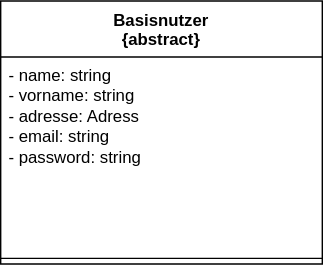
Before: documentation/diagrams/class-diagram.svg, a diagram exported from draw.io (BenjaminBrxun/sonar). Source tidied: cells renumbered, new cells last; positions are measured from the earlier drawing's top-left corner, leaving out a move shared by most shapes. Source of this version:
```xml
<mxGraphModel>
  <root>
    <mxCell id="0" />
    <mxCell id="1" parent="0" />
    <mxCell id="2" value="Basisnutzer&lt;br&gt;{abstract}" style="swimlane;fontStyle=1;align=center;verticalAlign=top;horizontal=1;startSize=40;whiteSpace=wrap;html=1;" parent="1" vertex="1">
      <mxGeometry width="230" height="188" as="geometry" />
    </mxCell>
    <mxCell id="3" value="- name: string&lt;br&gt;- vorname: string&lt;br&gt;- adresse: Adress&lt;br&gt;- email: string&lt;br&gt;- password: string" style="text;strokeColor=none;fillColor=none;align=left;verticalAlign=top;spacingLeft=4;spacingRight=4;overflow=hidden;points=[[0,0.5],[1,0.5]];portConstraint=eastwest;whiteSpace=wrap;html=1;" parent="2" vertex="1">
      <mxGeometry y="40" width="230" height="140" as="geometry" />
    </mxCell>
    <mxCell id="4" style="line;strokeWidth=1;fillColor=none;align=left;verticalAlign=middle;spacingTop=-1;spacingLeft=3;spacingRight=3;labelPosition=right;strokeColor=inherit;" parent="2" vertex="1">
      <mxGeometry y="180" width="230" height="8" as="geometry" />
    </mxCell>
  </root>
</mxGraphModel>
```
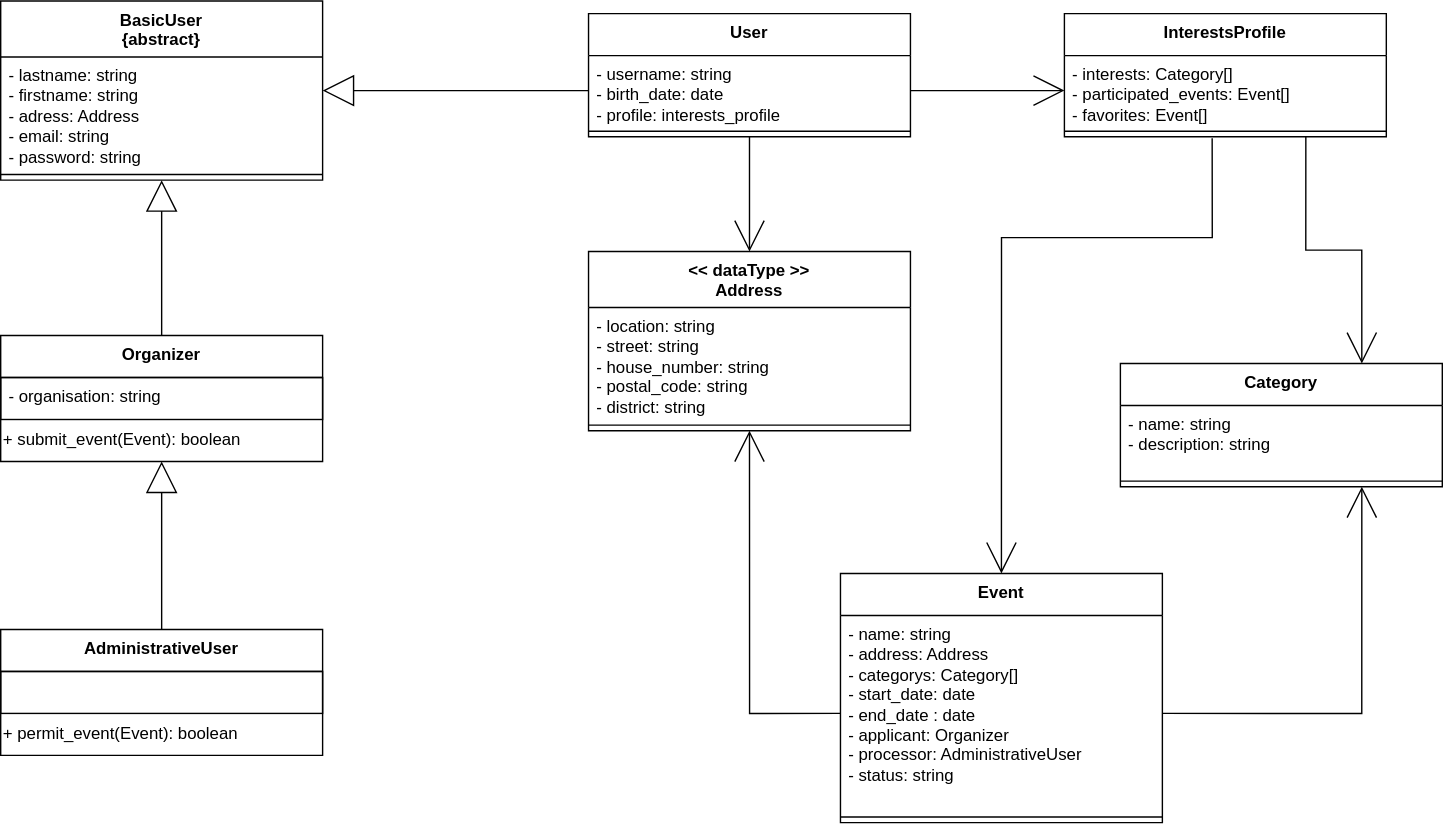
The same file after the commit.

Commit message:
Update class diagram

The edit, as a diff of the source:
```diff
@@ -2,14 +2,111 @@
   <root>
     <mxCell id="0" />
     <mxCell id="1" parent="0" />
-    <mxCell id="2" value="Basisnutzer&lt;br&gt;{abstract}" style="swimlane;fontStyle=1;align=center;verticalAlign=top;horizontal=1;startSize=40;whiteSpace=wrap;html=1;" parent="1" vertex="1">
-      <mxGeometry width="230" height="188" as="geometry" />
+    <mxCell id="2" value="User" style="swimlane;fontStyle=1;align=center;verticalAlign=top;horizontal=1;startSize=30;whiteSpace=wrap;html=1;" parent="1" vertex="1">
+      <mxGeometry width="230" height="88" as="geometry" />
     </mxCell>
-    <mxCell id="3" value="- name: string&lt;br&gt;- vorname: string&lt;br&gt;- adresse: Adress&lt;br&gt;- email: string&lt;br&gt;- password: string" style="text;strokeColor=none;fillColor=none;align=left;verticalAlign=top;spacingLeft=4;spacingRight=4;overflow=hidden;points=[[0,0.5],[1,0.5]];portConstraint=eastwest;whiteSpace=wrap;html=1;" parent="2" vertex="1">
-      <mxGeometry y="40" width="230" height="140" as="geometry" />
+    <mxCell id="3" value="- username: string&lt;br&gt;- birth_date: date&lt;br&gt;- profile: interests_profile" style="text;strokeColor=none;fillColor=none;align=left;verticalAlign=top;spacingLeft=4;spacingRight=4;overflow=hidden;points=[[0,0.5],[1,0.5]];portConstraint=eastwest;whiteSpace=wrap;html=1;" parent="2" vertex="1">
+      <mxGeometry y="30" width="230" height="50" as="geometry" />
     </mxCell>
     <mxCell id="4" style="line;strokeWidth=1;fillColor=none;align=left;verticalAlign=middle;spacingTop=-1;spacingLeft=3;spacingRight=3;labelPosition=right;strokeColor=inherit;" parent="2" vertex="1">
-      <mxGeometry y="180" width="230" height="8" as="geometry" />
+      <mxGeometry y="80" width="230" height="8" as="geometry" />
     </mxCell>
+    <mxCell id="5" value="BasicUser&lt;br&gt;{abstract}" style="swimlane;fontStyle=1;align=center;verticalAlign=top;horizontal=1;startSize=40;whiteSpace=wrap;html=1;" parent="1" vertex="1">
+      <mxGeometry x="-420" y="-9" width="230" height="128" as="geometry" />
+    </mxCell>
+    <mxCell id="6" value="- lastname: string&lt;br&gt;- firstname: string&lt;br&gt;- adress: Address&lt;br&gt;- email: string&lt;br&gt;- password: string" style="text;strokeColor=none;fillColor=none;align=left;verticalAlign=top;spacingLeft=4;spacingRight=4;overflow=hidden;whiteSpace=wrap;html=1;" parent="5" vertex="1">
+      <mxGeometry y="40" width="230" height="80" as="geometry" />
+    </mxCell>
+    <mxCell id="7" style="line;strokeWidth=1;fillColor=none;align=left;verticalAlign=middle;spacingTop=-1;spacingLeft=3;spacingRight=3;labelPosition=right;strokeColor=inherit;" parent="5" vertex="1">
+      <mxGeometry y="120" width="230" height="8" as="geometry" />
+    </mxCell>
+    <mxCell id="8" value="InterestsProfile" style="swimlane;fontStyle=1;align=center;verticalAlign=top;horizontal=1;startSize=30;whiteSpace=wrap;html=1;" parent="1" vertex="1">
+      <mxGeometry x="340" width="230" height="88" as="geometry" />
+    </mxCell>
+    <mxCell id="9" value="- interests: Category[]&lt;br&gt;- participated_events: Event[]&lt;br&gt;- favorites: Event[]" style="text;strokeColor=none;fillColor=none;align=left;verticalAlign=top;spacingLeft=4;spacingRight=4;overflow=hidden;points=[[0,0.5],[1,0.5]];portConstraint=eastwest;whiteSpace=wrap;html=1;" parent="8" vertex="1">
+      <mxGeometry y="30" width="230" height="50" as="geometry" />
+    </mxCell>
+    <mxCell id="10" style="line;strokeWidth=1;fillColor=none;align=left;verticalAlign=middle;spacingTop=-1;spacingLeft=3;spacingRight=3;labelPosition=right;points=[];portConstraint=eastwest;strokeColor=inherit;" parent="8" vertex="1">
+      <mxGeometry y="80" width="230" height="8" as="geometry" />
+    </mxCell>
+    <mxCell id="11" value="Organizer" style="swimlane;fontStyle=1;align=center;verticalAlign=top;horizontal=1;startSize=30;whiteSpace=wrap;html=1;" parent="1" vertex="1">
+      <mxGeometry x="-420" y="230" width="230" height="90" as="geometry" />
+    </mxCell>
+    <mxCell id="12" value="- organisation: string" style="text;strokeColor=default;fillColor=none;align=left;verticalAlign=top;spacingLeft=4;spacingRight=4;overflow=hidden;whiteSpace=wrap;html=1;" parent="11" vertex="1">
+      <mxGeometry y="30" width="230" height="30" as="geometry" />
+    </mxCell>
+    <mxCell id="13" value="+ submit_event(Event): boolean" style="text;html=1;align=left;verticalAlign=middle;points=[];strokeColor=none;fillColor=none;" parent="11" vertex="1">
+      <mxGeometry y="60" width="230" height="30" as="geometry" />
+    </mxCell>
+    <mxCell id="14" value="&amp;lt;&amp;lt; dataType &amp;gt;&amp;gt;&lt;br&gt;Address" style="swimlane;fontStyle=1;align=center;verticalAlign=top;horizontal=1;startSize=40;whiteSpace=wrap;html=1;" parent="1" vertex="1">
+      <mxGeometry y="170" width="230" height="128" as="geometry" />
+    </mxCell>
+    <mxCell id="15" value="- location: string&lt;br&gt;- street: string&lt;br&gt;- house_number: string&lt;br&gt;- postal_code: string&lt;br&gt;- district: string" style="text;strokeColor=none;fillColor=none;align=left;verticalAlign=top;spacingLeft=4;spacingRight=4;overflow=hidden;whiteSpace=wrap;html=1;" parent="14" vertex="1">
+      <mxGeometry y="40" width="230" height="80" as="geometry" />
+    </mxCell>
+    <mxCell id="16" style="line;strokeWidth=1;fillColor=none;align=left;verticalAlign=middle;spacingTop=-1;spacingLeft=3;spacingRight=3;labelPosition=right;strokeColor=inherit;" parent="14" vertex="1">
+      <mxGeometry y="120" width="230" height="8" as="geometry" />
+    </mxCell>
+    <mxCell id="17" value="Event" style="swimlane;fontStyle=1;align=center;verticalAlign=top;horizontal=1;startSize=30;whiteSpace=wrap;html=1;" parent="1" vertex="1">
+      <mxGeometry x="180" y="400" width="230" height="178" as="geometry" />
+    </mxCell>
+    <mxCell id="18" value="- name: string&lt;br&gt;- address: Address&lt;br&gt;- categorys: Category[]&lt;br&gt;- start_date: date&lt;br&gt;- end_date : date&lt;br&gt;-&amp;nbsp;applicant: Organizer&lt;br&gt;- processor: AdministrativeUser&lt;br&gt;- status: string" style="text;strokeColor=none;fillColor=none;align=left;verticalAlign=top;spacingLeft=4;spacingRight=4;overflow=hidden;points=[[0,0.5],[1,0.5]];portConstraint=eastwest;whiteSpace=wrap;html=1;" parent="17" vertex="1">
+      <mxGeometry y="30" width="230" height="140" as="geometry" />
+    </mxCell>
+    <mxCell id="19" style="line;strokeWidth=1;fillColor=none;align=left;verticalAlign=middle;spacingTop=-1;spacingLeft=3;spacingRight=3;labelPosition=right;strokeColor=inherit;" parent="17" vertex="1">
+      <mxGeometry y="170" width="230" height="8" as="geometry" />
+    </mxCell>
+    <mxCell id="20" value="AdministrativeUser" style="swimlane;fontStyle=1;align=center;verticalAlign=top;horizontal=1;startSize=30;whiteSpace=wrap;html=1;" parent="1" vertex="1">
+      <mxGeometry x="-420" y="440" width="230" height="90" as="geometry" />
+    </mxCell>
+    <mxCell id="21" style="text;strokeColor=default;fillColor=none;align=left;verticalAlign=top;spacingLeft=4;spacingRight=4;overflow=hidden;whiteSpace=wrap;html=1;" parent="20" vertex="1">
+      <mxGeometry y="30" width="230" height="30" as="geometry" />
+    </mxCell>
+    <mxCell id="22" value="+ permit_event(Event): boolean" style="text;html=1;align=left;verticalAlign=middle;strokeColor=none;fillColor=none;" parent="20" vertex="1">
+      <mxGeometry y="60" width="230" height="30" as="geometry" />
+    </mxCell>
+    <mxCell id="23" value="Category" style="swimlane;fontStyle=1;align=center;verticalAlign=top;horizontal=1;startSize=30;whiteSpace=wrap;html=1;" parent="1" vertex="1">
+      <mxGeometry x="380" y="250" width="230" height="88" as="geometry" />
+    </mxCell>
+    <mxCell id="24" value="- name: string&lt;br&gt;- description: string" style="text;strokeColor=none;fillColor=none;align=left;verticalAlign=top;spacingLeft=4;spacingRight=4;overflow=hidden;whiteSpace=wrap;html=1;" parent="23" vertex="1">
+      <mxGeometry y="30" width="230" height="50" as="geometry" />
+    </mxCell>
+    <mxCell id="25" style="line;strokeWidth=1;fillColor=none;align=left;verticalAlign=middle;spacingTop=-1;spacingLeft=3;spacingRight=3;labelPosition=right;strokeColor=inherit;" parent="23" vertex="1">
+      <mxGeometry y="80" width="230" height="8" as="geometry" />
+    </mxCell>
+    <mxCell id="26" style="endArrow=block;html=1;rounded=0;exitX=0;exitY=0.5;exitDx=0;exitDy=0;endFill=0;endSize=20;" parent="1" edge="1" source="3">
+      <mxGeometry relative="1" as="geometry">
+        <mxPoint x="-190" y="55" as="targetPoint" />
+      </mxGeometry>
+    </mxCell>
+    <mxCell id="27" style="endArrow=block;html=1;rounded=0;exitX=0.5;exitY=0;exitDx=0;exitDy=0;endFill=0;entryX=0.5;entryY=1;entryDx=0;entryDy=0;endSize=20;" parent="1" edge="1" source="11" target="5">
+      <mxGeometry relative="1" as="geometry" />
+    </mxCell>
+    <mxCell id="28" style="endArrow=block;html=1;rounded=0;endFill=0;exitX=0.5;exitY=0;exitDx=0;exitDy=0;endSize=20;" parent="1" edge="1" source="20" target="13">
+      <mxGeometry relative="1" as="geometry" />
+    </mxCell>
+    <mxCell id="29" style="endArrow=open;html=1;rounded=0;entryX=0.5;entryY=0;entryDx=0;entryDy=0;exitX=0.5;exitY=1;exitDx=0;exitDy=0;endFill=0;endSize=20;" parent="1" edge="1" source="2" target="14">
+      <mxGeometry relative="1" as="geometry" />
+    </mxCell>
+    <mxCell id="30" style="endArrow=open;html=1;rounded=0;entryX=0.5;entryY=1;entryDx=0;entryDy=0;exitX=0;exitY=0.5;exitDx=0;exitDy=0;endFill=0;endSize=20;edgeStyle=orthogonalEdgeStyle;" parent="1" edge="1" source="18" target="14">
+      <mxGeometry relative="1" as="geometry" />
+    </mxCell>
+    <mxCell id="31" style="endArrow=open;html=1;rounded=0;entryX=0;entryY=0.5;entryDx=0;entryDy=0;exitX=1;exitY=0.5;exitDx=0;exitDy=0;endFill=0;endSize=20;edgeStyle=orthogonalEdgeStyle;" parent="1" edge="1" source="3" target="9">
+      <mxGeometry relative="1" as="geometry" />
+    </mxCell>
+    <mxCell id="32" style="endArrow=open;html=1;rounded=0;entryX=0.5;entryY=0;entryDx=0;entryDy=0;exitX=0.459;exitY=1.125;exitDx=0;exitDy=0;endFill=0;endSize=20;edgeStyle=orthogonalEdgeStyle;exitPerimeter=0;" parent="1" edge="1" source="10" target="17">
+      <mxGeometry relative="1" as="geometry">
+        <Array as="points">
+          <mxPoint x="446" y="160" />
+          <mxPoint x="295" y="160" />
+        </Array>
+      </mxGeometry>
+    </mxCell>
+    <mxCell id="33" style="endArrow=open;html=1;rounded=0;entryX=0.75;entryY=0;entryDx=0;entryDy=0;exitX=0.75;exitY=1;exitDx=0;exitDy=0;endFill=0;endSize=20;edgeStyle=orthogonalEdgeStyle;" parent="1" edge="1" source="8" target="23">
+      <mxGeometry relative="1" as="geometry" />
+    </mxCell>
+    <mxCell id="34" style="endArrow=open;html=1;rounded=0;entryX=0.75;entryY=1;entryDx=0;entryDy=0;exitX=1;exitY=0.5;exitDx=0;exitDy=0;endFill=0;endSize=20;edgeStyle=orthogonalEdgeStyle;" parent="1" edge="1" source="18" target="23">
+      <mxGeometry relative="1" as="geometry" />
+    </mxCell>
   </root>
 </mxGraphModel>
```
